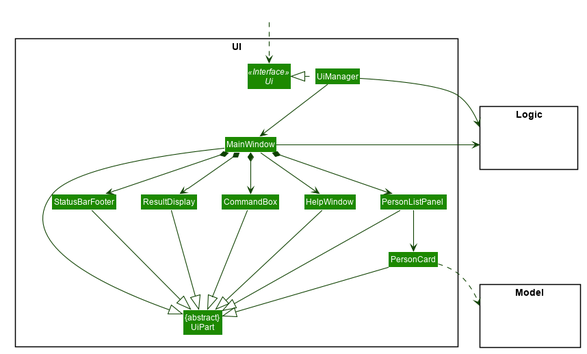
The PlantUML diagram images/UiClassDiagram.png in AY1920S1-CS2103T-F11-1/main, before a commit.
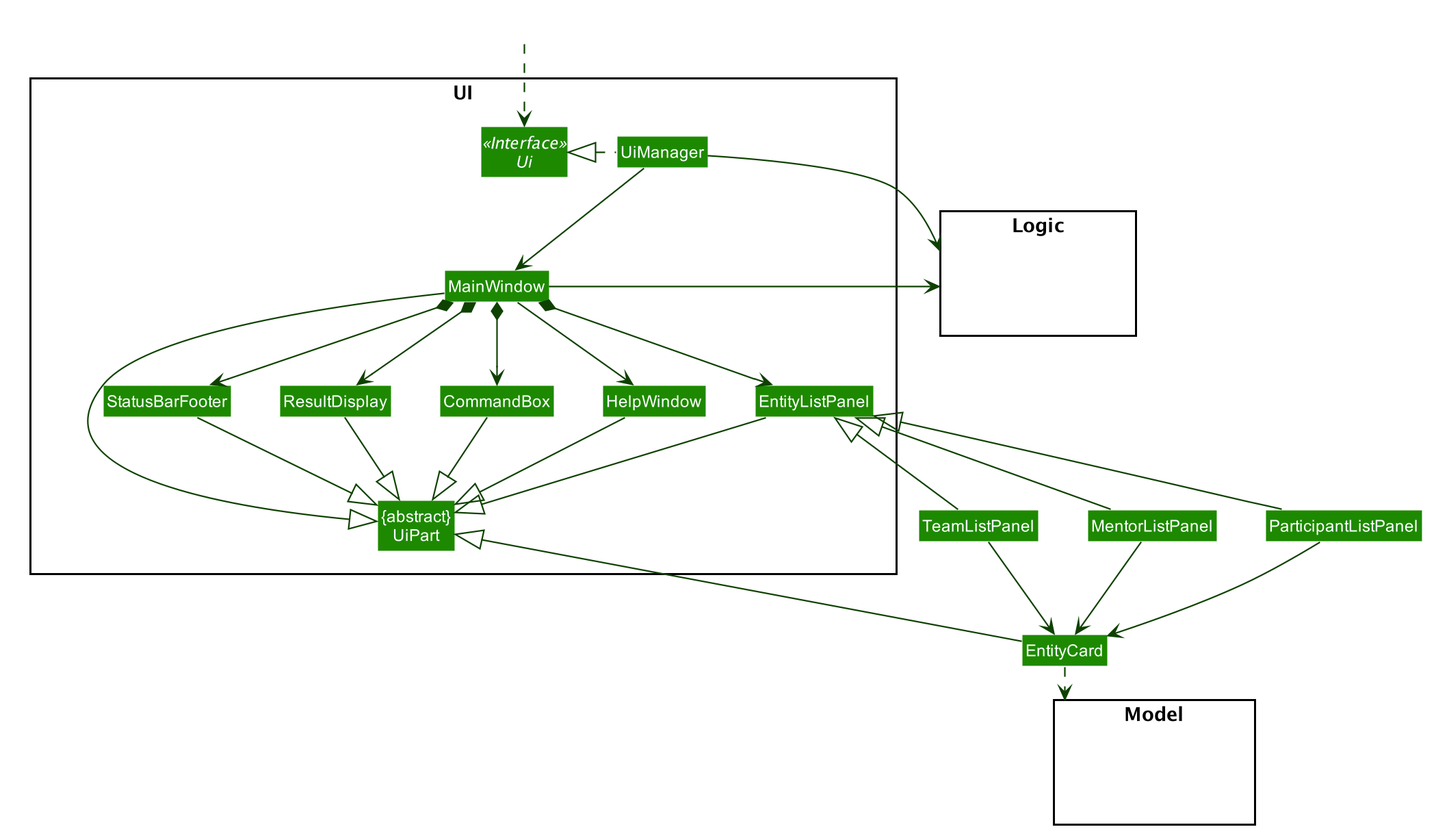
Above is the later version.

Diff of the diagram source:
```diff
@@ -56,10 +56,9 @@
 Class "{abstract}\nUiPart" as UiPart
 Class UiManager
 Class MainWindow
+Class EntityListPanel
 Class HelpWindow
 Class ResultDisplay
-Class PersonListPanel
-Class PersonCard
 Class StatusBarFooter
 Class CommandBox
 }
@@ -80,25 +79,34 @@
 MainWindow --> HelpWindow
 MainWindow *-down-> CommandBox
 MainWindow *-down-> ResultDisplay
-MainWindow *-down-> PersonListPanel
 MainWindow *-down-> StatusBarFooter
+MainWindow *-down-> EntityListPanel
 
-PersonListPanel -down-> PersonCard
 
+ParticipantListPanel -up-|> EntityListPanel
+TeamListPanel-up-|> EntityListPanel
+MentorListPanel-up-|> EntityListPanel
+
+EntityListPanel -right[hidden] StatusBarFooter
+
+ParticipantListPanel -down-> EntityCard
+TeamListPanel -down-> EntityCard
+MentorListPanel -down-> EntityCard
+EntityCard ..> Model
 MainWindow -left-|> UiPart
 
 ResultDisplay --|> UiPart
 CommandBox --|> UiPart
-PersonListPanel --|> UiPart
-PersonCard --|> UiPart
-StatusBarFooter --|> UiPart
+
+StatusBarFooter -|> UiPart
 HelpWindow -down-|> UiPart
+EntityListPanel --|> UiPart
+EntityCard-|> UiPart
 
-PersonCard ..> Model
 UiManager -right-> Logic
 MainWindow -left-> Logic
 
-PersonListPanel -[hidden]left- HelpWindow
+
 HelpWindow -[hidden]left- CommandBox
 CommandBox -[hidden]left- ResultDisplay
 ResultDisplay -[hidden]left- StatusBarFooter
```
